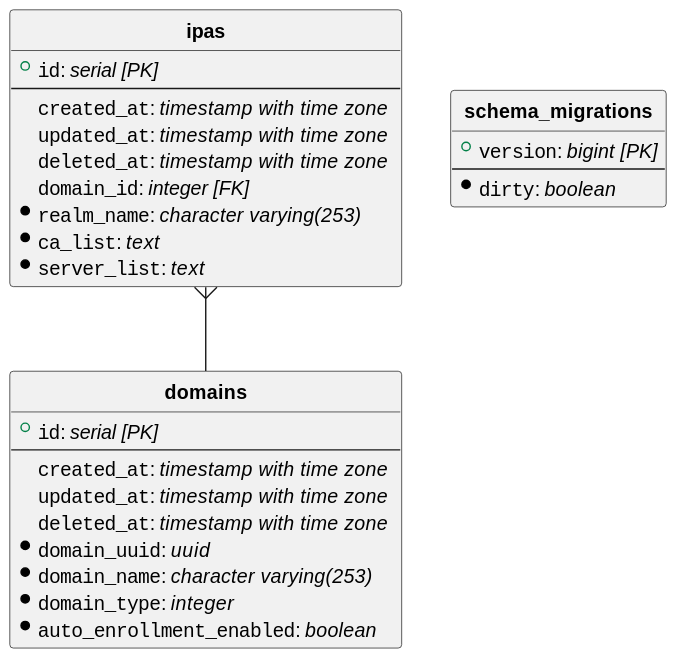
This is docs/db-model.svg from podengo-project/idmsvc-backend, a PlantUML export, as it was before one commit.
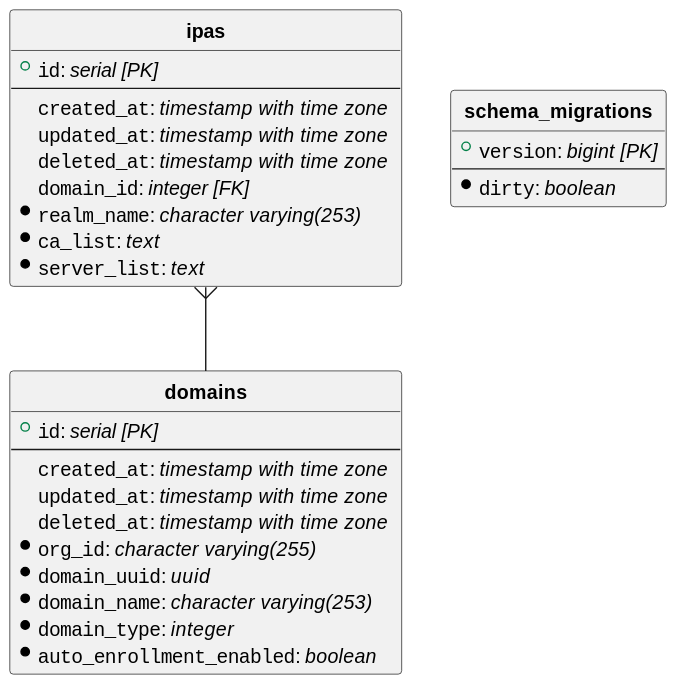
The same file after the commit.

What changed in the source:
```diff
@@ -8,6 +8,7 @@
   ""created_at"": //timestamp with time zone //
   ""updated_at"": //timestamp with time zone //
   ""deleted_at"": //timestamp with time zone //
+  *""org_id"": //character varying(255) //
   *""domain_uuid"": //uuid //
   *""domain_name"": //character varying(253) //
   *""domain_type"": //integer //
```
